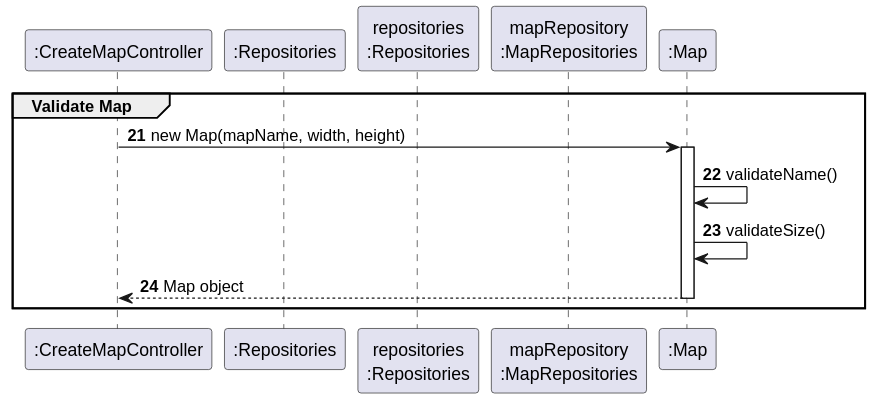
ivasduarte/all-aboard keeps this PlantUML diagram as docs/sprint3/us001/03.design/svg/us001-sd-partial-validate-map.svg. Above is the earlier version.
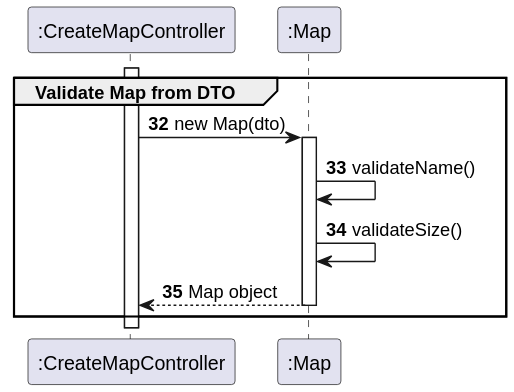
Later version of the same file.

What changed in the source:
```diff
@@ -1,20 +1,18 @@
 @startuml
+autonumber 32
+
 participant ":CreateMapController" as ctrl
-participant ":Repositories" as reps
-participant "repositories\n:Repositories" as repositories
-participant "mapRepository\n:MapRepositories" as repo
 participant ":Map" as Map
 
-autonumber 21
+activate ctrl
 
-group Validate Map
-    ctrl -> Map : new Map(mapName, width, height)
+group Validate Map from DTO
+    ctrl -> Map : new Map(dto)
     activate Map
 
     Map -> Map : validateName()
     Map -> Map : validateSize()
     Map --> ctrl : Map object
     deactivate Map
-
 end
 @enduml
```
